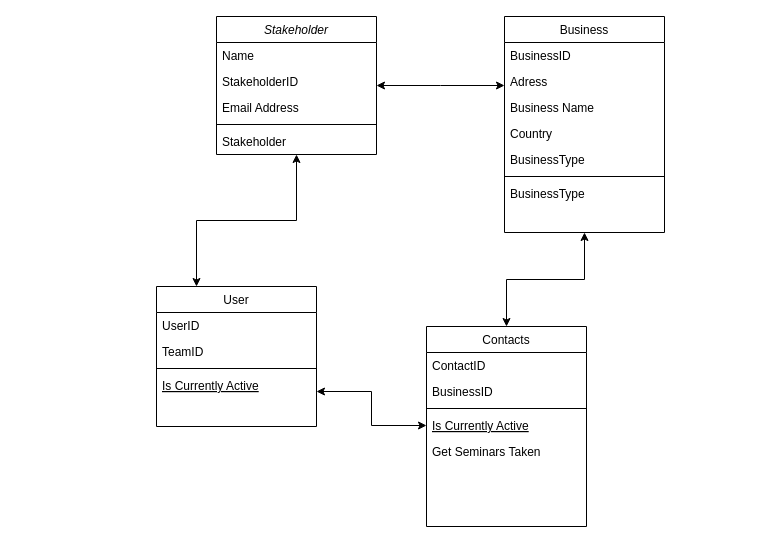
The draw.io diagram C188 Class Diagram.drawio in smithevanb/smithevanb, before the edit. Source tidied: cells renumbered, new cells numbered last; positions are measured from the earlier drawing's top-left corner, leaving out a move shared by most shapes. Both pictures are drawn from the tidied source at 100%, with x=0, y=0 at pixel (156, 16).
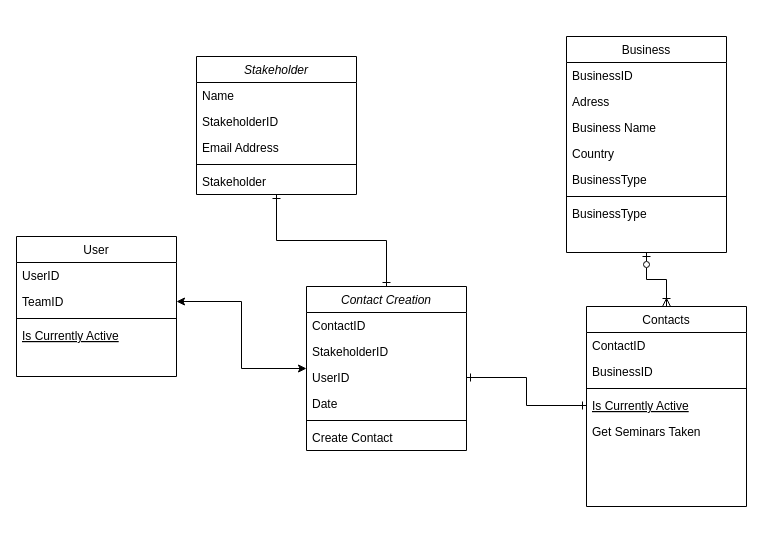
After the change.

The change refers to these unchanged cells:
```xml
<mxCell id="10" value="TeamID" style="text;align=left;verticalAlign=top;spacingLeft=4;spacingRight=4;overflow=hidden;points=[[0,0.5],[1,0.5]];portConstraint=eastwest;rounded=0;shadow=0;html=0;" parent="8" vertex="1">
  <mxGeometry y="52" width="160" height="26" as="geometry" />
</mxCell>
<mxCell id="27" value="Is Currently Active" style="text;align=left;verticalAlign=top;spacingLeft=4;spacingRight=4;overflow=hidden;points=[[0,0.5],[1,0.5]];portConstraint=eastwest;fontStyle=4;" parent="23" vertex="1">
  <mxGeometry y="86" width="160" height="26" as="geometry" />
</mxCell>
```

The edit, as a diff of the source:
```diff
@@
     <mxCell id="2" value="Stakeholder" style="swimlane;fontStyle=2;align=center;verticalAlign=top;horizontal=1;startSize=26;rounded=0;shadow=0;strokeWidth=1;" parent="1" vertex="1">
-      <mxGeometry x="60" width="160" height="138" as="geometry" />
+      <mxGeometry x="40" y="40" width="160" height="138" as="geometry" />
     </mxCell>
@@
     <mxCell id="8" value="User" style="swimlane;fontStyle=0;align=center;verticalAlign=top;horizontal=1;startSize=26;rounded=0;shadow=0;strokeWidth=1;" parent="1" vertex="1">
-      <mxGeometry y="270" width="160" height="140" as="geometry" />
+      <mxGeometry x="-140" y="220" width="160" height="140" as="geometry" />
     </mxCell>
@@
-    <mxCell id="13" style="endArrow=classic;endFill=1;shadow=0;strokeWidth=1;rounded=0;edgeStyle=elbowEdgeStyle;elbow=vertical;exitX=0.25;exitY=0;exitDx=0;exitDy=0;startArrow=classic;startFill=1;" parent="1" edge="1" source="8" target="2">
+    <mxCell id="13" style="endArrow=ERone;endFill=0;shadow=0;strokeWidth=1;rounded=0;edgeStyle=elbowEdgeStyle;elbow=vertical;exitX=0.5;exitY=0;exitDx=0;exitDy=0;startArrow=ERone;startFill=0;" parent="1" edge="1" source="31" target="2">
       <mxGeometry relative="1" as="geometry" />
     </mxCell>
     <mxCell id="14" value="Business" style="swimlane;fontStyle=0;align=center;verticalAlign=top;horizontal=1;startSize=26;rounded=0;shadow=0;strokeWidth=1;" parent="1" vertex="1">
-      <mxGeometry x="348" width="160" height="216" as="geometry" />
+      <mxGeometry x="410" y="20" width="160" height="216" as="geometry" />
     </mxCell>
@@
-    <mxCell id="22" style="endArrow=classic;shadow=0;strokeWidth=1;rounded=0;endFill=1;edgeStyle=elbowEdgeStyle;elbow=vertical;startArrow=classic;startFill=1;" parent="1" edge="1" source="2" target="14">
-      <mxGeometry x="0.5" y="41" relative="1" as="geometry">
-        <mxPoint x="-40" y="32" as="offset" />
-      </mxGeometry>
-    </mxCell>
     <mxCell id="23" value="Contacts" style="swimlane;fontStyle=0;align=center;verticalAlign=top;horizontal=1;startSize=26;rounded=0;shadow=0;strokeWidth=1;" parent="1" vertex="1">
-      <mxGeometry x="270" y="310" width="160" height="200" as="geometry" />
+      <mxGeometry x="430" y="290" width="160" height="200" as="geometry" />
     </mxCell>
@@
-    <mxCell id="29" style="endArrow=classic;startArrow=classic;html=1;rounded=0;entryX=0.5;entryY=1;entryDx=0;entryDy=0;edgeStyle=orthogonalEdgeStyle;" parent="1" edge="1" source="23" target="14">
+    <mxCell id="29" style="endArrow=ERzeroToOne;startArrow=ERoneToMany;html=1;rounded=0;entryX=0.5;entryY=1;entryDx=0;entryDy=0;edgeStyle=orthogonalEdgeStyle;endFill=0;startFill=0;" parent="1" edge="1" source="23" target="14">
       <mxGeometry relative="1" as="geometry" />
     </mxCell>
-    <mxCell id="30" style="endArrow=classic;startArrow=classic;html=1;rounded=0;exitX=1;exitY=0.75;exitDx=0;exitDy=0;edgeStyle=orthogonalEdgeStyle;entryX=0;entryY=0.5;entryDx=0;entryDy=0;" parent="1" edge="1" source="8" target="27">
+    <mxCell id="30" style="endArrow=ERone;startArrow=ERone;html=1;rounded=0;exitX=1;exitY=0.5;exitDx=0;exitDy=0;edgeStyle=orthogonalEdgeStyle;entryX=0;entryY=0.5;entryDx=0;entryDy=0;startFill=0;endFill=0;" parent="1" edge="1" source="34" target="27">
       <mxGeometry relative="1" as="geometry" />
     </mxCell>
+    <mxCell id="31" value="Contact Creation" style="swimlane;fontStyle=2;align=center;verticalAlign=top;horizontal=1;startSize=26;rounded=0;shadow=0;strokeWidth=1;" parent="1" vertex="1">
+      <mxGeometry x="150" y="270" width="160" height="164" as="geometry" />
+    </mxCell>
+    <mxCell id="32" value="ContactID" style="text;align=left;verticalAlign=top;spacingLeft=4;spacingRight=4;overflow=hidden;" parent="31" vertex="1">
+      <mxGeometry y="26" width="160" height="26" as="geometry" />
+    </mxCell>
+    <mxCell id="33" value="StakeholderID" style="text;align=left;verticalAlign=top;spacingLeft=4;spacingRight=4;overflow=hidden;rounded=0;shadow=0;html=0;" parent="31" vertex="1">
+      <mxGeometry y="52" width="160" height="26" as="geometry" />
+    </mxCell>
+    <mxCell id="34" value="UserID" style="text;align=left;verticalAlign=top;spacingLeft=4;spacingRight=4;overflow=hidden;points=[[0,0.5],[1,0.5]];portConstraint=eastwest;rounded=0;shadow=0;html=0;" parent="31" vertex="1">
+      <mxGeometry y="78" width="160" height="26" as="geometry" />
+    </mxCell>
+    <mxCell id="35" value="Date" style="text;align=left;verticalAlign=top;spacingLeft=4;spacingRight=4;overflow=hidden;rounded=0;shadow=0;html=0;" parent="31" vertex="1">
+      <mxGeometry y="104" width="160" height="26" as="geometry" />
+    </mxCell>
+    <mxCell id="36" style="line;html=1;strokeWidth=1;align=left;verticalAlign=middle;spacingTop=-1;spacingLeft=3;spacingRight=3;labelPosition=right;" parent="31" vertex="1">
+      <mxGeometry y="130" width="160" height="8" as="geometry" />
+    </mxCell>
+    <mxCell id="37" value="Create Contact" style="text;align=left;verticalAlign=top;spacingLeft=4;spacingRight=4;overflow=hidden;rounded=0;shadow=0;html=0;" parent="31" vertex="1">
+      <mxGeometry y="138" width="160" height="26" as="geometry" />
+    </mxCell>
+    <mxCell id="38" style="endArrow=classic;startArrow=classic;html=1;rounded=0;entryX=0;entryY=0.5;entryDx=0;entryDy=0;edgeStyle=orthogonalEdgeStyle;exitX=1;exitY=0.5;exitDx=0;exitDy=0;" parent="1" edge="1" source="10" target="31">
+      <mxGeometry relative="1" as="geometry" />
+    </mxCell>
```
